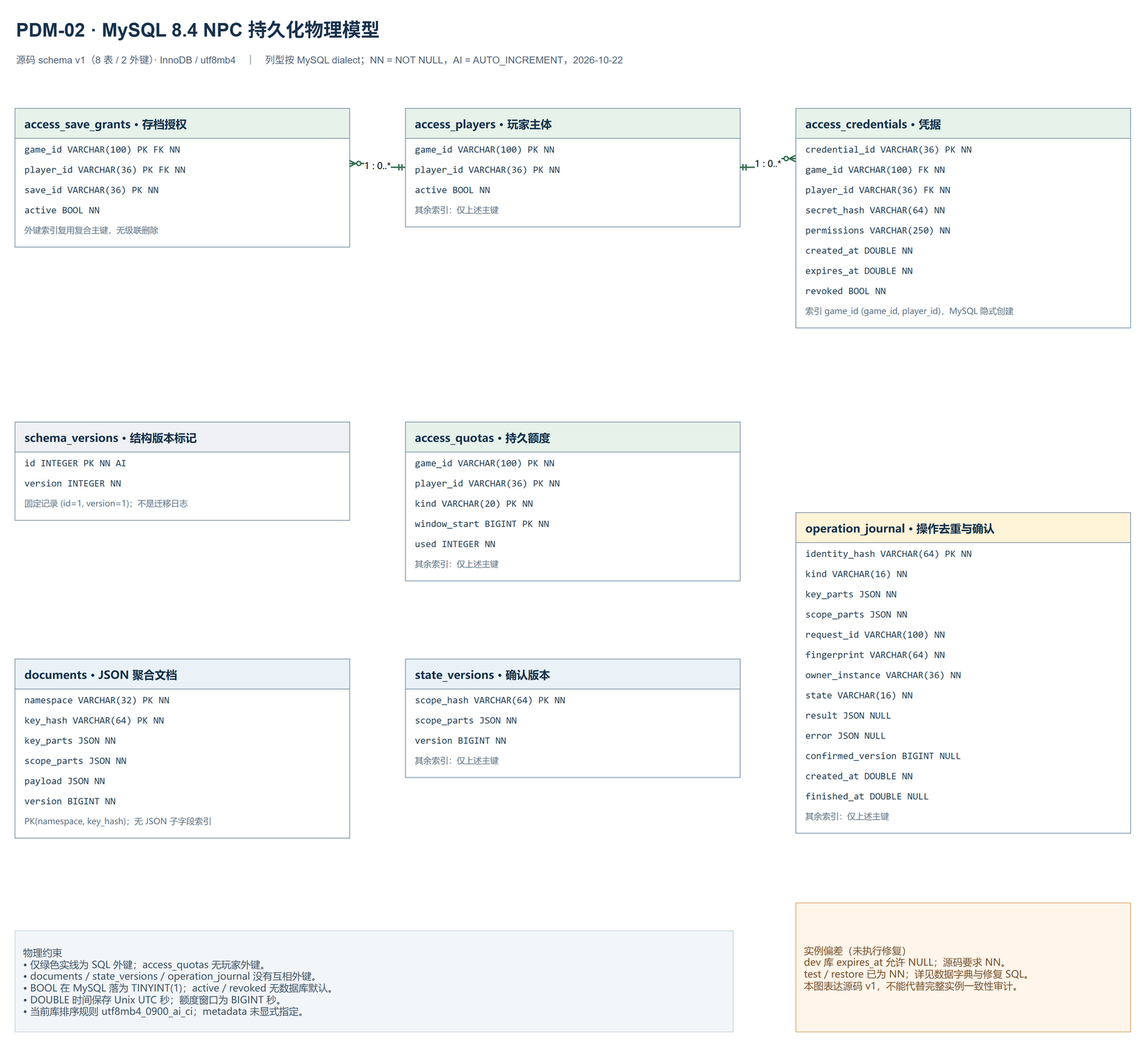
The draw.io diagram docs/design/database/png/02-npc-persistence-pdm.drawio.png in YYchainsAw/aesir-ai-service, before a commit. Source tidied: cells renumbered, new cells last; positions are measured from the earlier drawing's top-left corner, leaving out a move shared by most shapes.
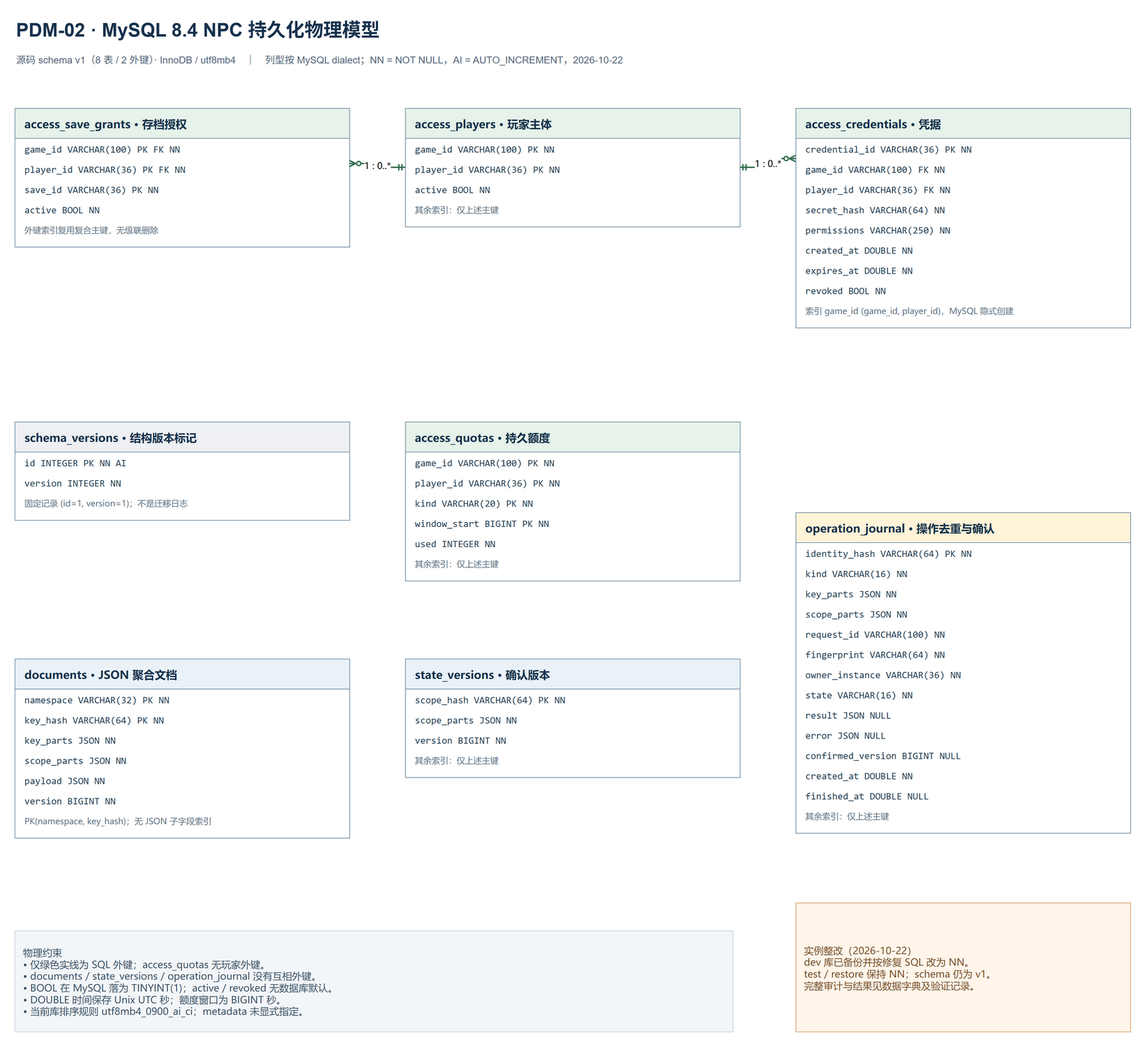
The same diagram one commit later.

Diff of the diagram source:
```diff
@@ -197,7 +197,7 @@
     <mxCell id="66" value="物理约束&lt;br&gt;• 仅绿色实线为 SQL 外键；access_quotas 无玩家外键。&lt;br&gt;• documents / state_versions / operation_journal 没有互相外键。&lt;br&gt;• BOOL 在 MySQL 落为 TINYINT(1)；active / revoked 无数据库默认。&lt;br&gt;• DOUBLE 时间保存 Unix UTC 秒；额度窗口为 BIGINT 秒。&lt;br&gt;• 当前库排序规则 utf8mb4_0900_ai_ci；metadata 未显式指定。" style="rounded=0;html=1;whiteSpace=wrap;align=left;spacing=12;fontFamily=Microsoft YaHei;fontSize=14;fillColor=#F3F6F9;strokeColor=#C9D4DF;fontColor=#3B5368;" parent="1" vertex="1">
       <mxGeometry y="1315" width="1030" height="145" as="geometry" />
     </mxCell>
-    <mxCell id="67" value="实例偏差（未执行修复）&lt;br&gt;dev 库 expires_at 允许 NULL；源码要求 NN。&lt;br&gt;test / restore 已为 NN；详见数据字典与修复 SQL。&lt;br&gt;本图表达源码 v1，不能代替完整实例一致性审计。" style="rounded=0;html=1;whiteSpace=wrap;align=left;spacing=12;fontFamily=Microsoft YaHei;fontSize=14;fillColor=#FFF5EA;strokeColor=#D7A66D;fontColor=#795029;" parent="1" vertex="1">
+    <mxCell id="67" value="实例整改（2026-10-22）&lt;br&gt;dev 库已备份并按修复 SQL 改为 NN。&lt;br&gt;test / restore 保持 NN；schema 仍为 v1。&lt;br&gt;完整审计与结果见数据字典及验证记录。" style="rounded=0;html=1;whiteSpace=wrap;align=left;spacing=12;fontFamily=Microsoft YaHei;fontSize=14;fillColor=#FFF5EA;strokeColor=#D7A66D;fontColor=#795029;" parent="1" vertex="1">
       <mxGeometry x="1120" y="1275" width="480" height="185" as="geometry" />
     </mxCell>
   </root>
```
